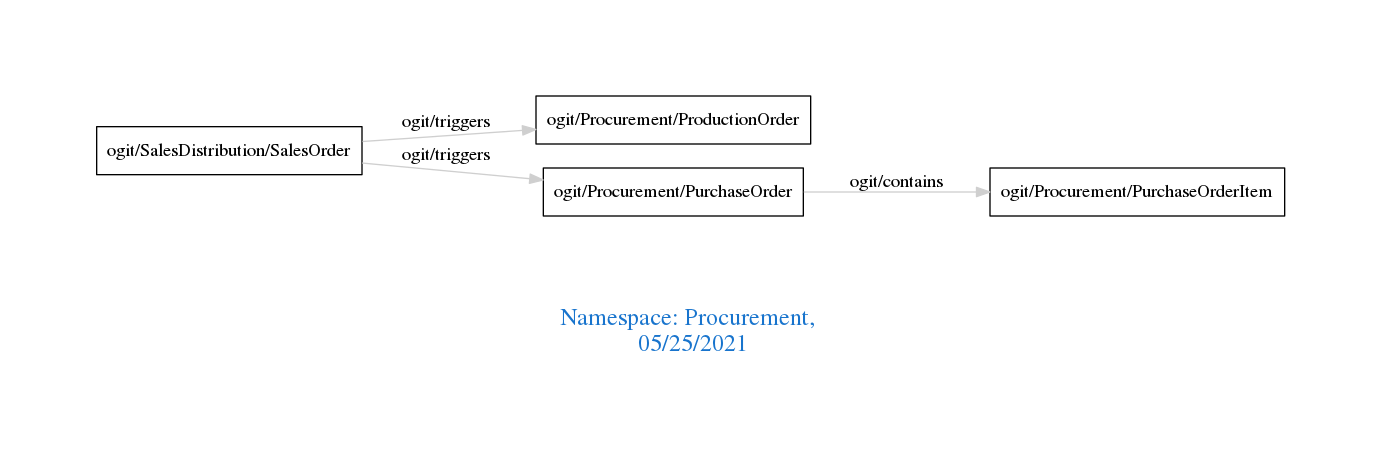
This is downloads/Procurement.png from arago/OGIT, a Graphviz export, as it was before one commit. Its source is kept beside it as downloads/Procurement.dot.
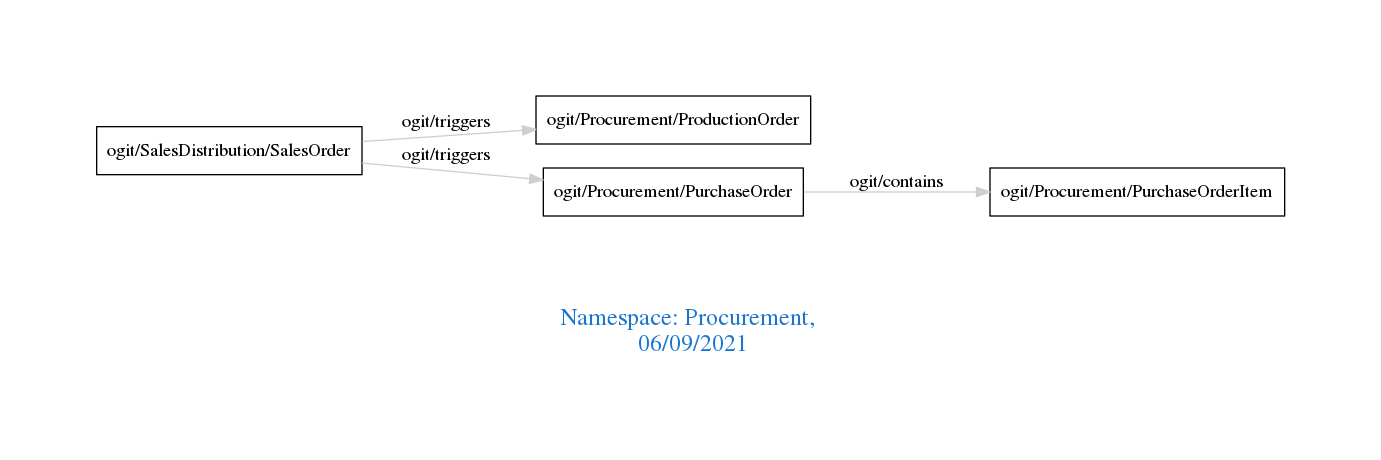
After the change.

The edit, as a diff of the source:
```diff
@@ -1,7 +1,7 @@
 digraph OGIT_ontology {
  graph [ rankdir= LR,pad=1
 fontsize = 18,
-fontcolor= dodgerblue3,label = "\n\n\nNamespace: Procurement, \n 05/25/2021"];
+fontcolor= dodgerblue3,label = "\n\n\nNamespace: Procurement, \n 06/09/2021"];
 node[shape=polygon];
 edge [  color="gray81"];
 
```
